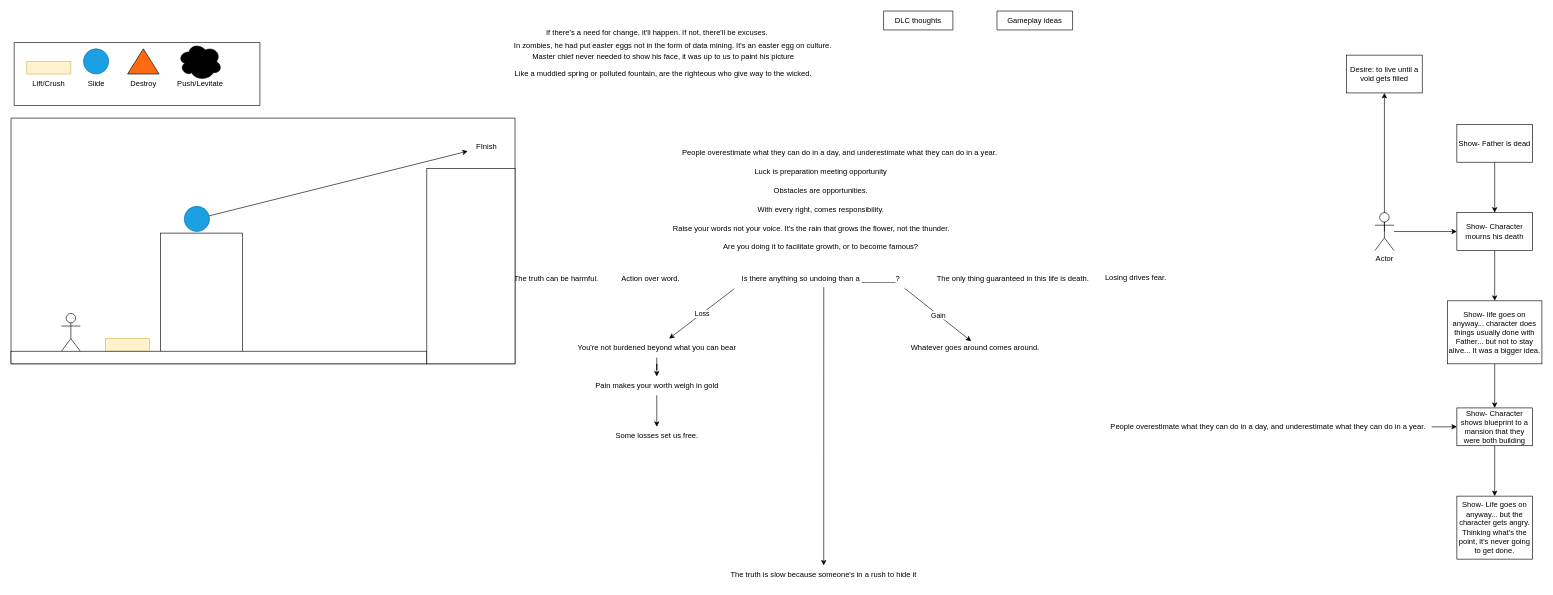
The draw.io diagram Plans.drawio in HasinJ/Elements-Platformer, before the edit. Source tidied: cells renumbered, new cells numbered last; positions are measured from the earlier drawing's top-left corner, leaving out a move shared by most shapes. Both pictures are drawn from the tidied source at 63%, with x=0, y=0 at pixel (11, 11).
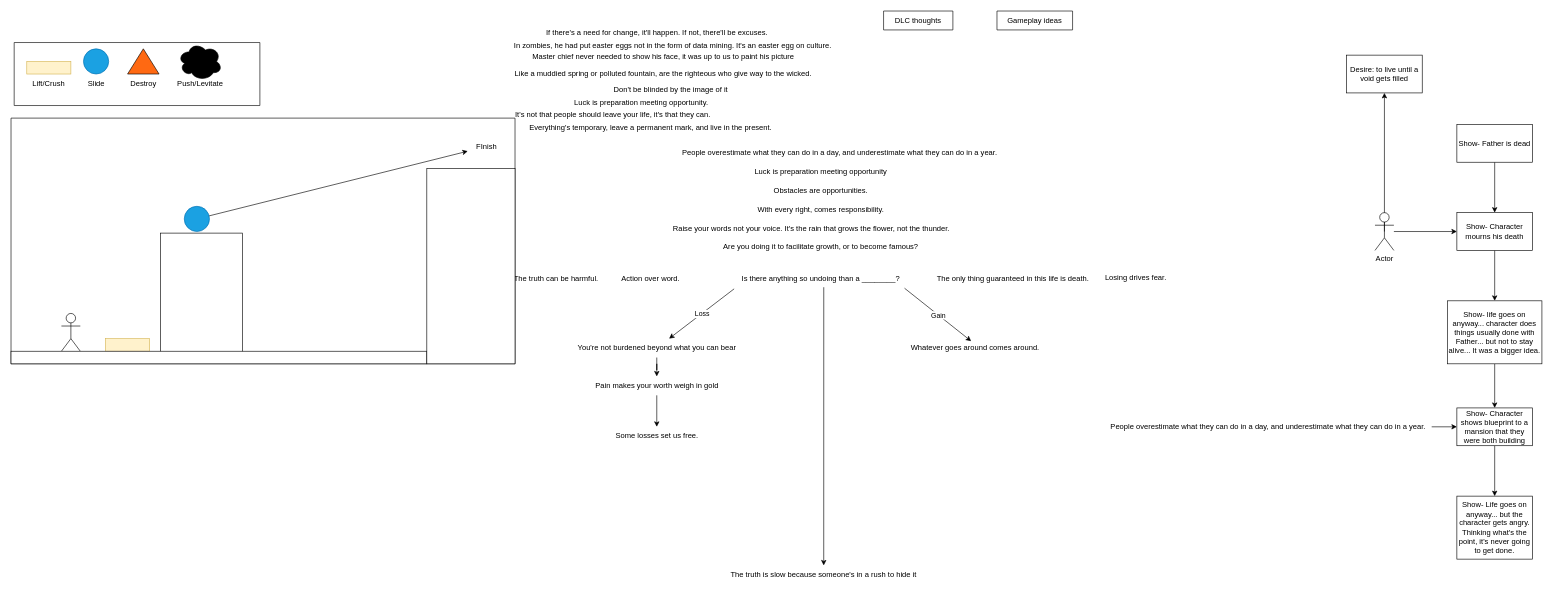
After the change.

What changed in the source:
```diff
@@
+    <mxCell id="64" value="Don't be blinded by the image of it" style="text;html=1;align=center;verticalAlign=middle;whiteSpace=wrap;rounded=0;" parent="1" vertex="1">
+      <mxGeometry x="915" y="110" width="265" height="30" as="geometry" />
+    </mxCell>
+    <mxCell id="65" value="Luck is preparation meeting opportunity." style="text;html=1;align=center;verticalAlign=middle;strokeColor=none;fillColor=none;" parent="1" vertex="1">
+      <mxGeometry x="885" y="130" width="230" height="30" as="geometry" />
+    </mxCell>
+    <mxCell id="66" value="&lt;div&gt;It's not that people should leave your life, it's that they can.&lt;/div&gt;" style="text;html=1;align=center;verticalAlign=middle;strokeColor=none;fillColor=none;" parent="1" vertex="1">
+      <mxGeometry x="795" y="150" width="320" height="30" as="geometry" />
+    </mxCell>
+    <mxCell id="67" value="Everything's temporary, leave a permanent mark, and live in the present." style="text;html=1;align=center;verticalAlign=middle;strokeColor=none;fillColor=none;" parent="1" vertex="1">
+      <mxGeometry x="815" y="170" width="400" height="30" as="geometry" />
+    </mxCell>
```
